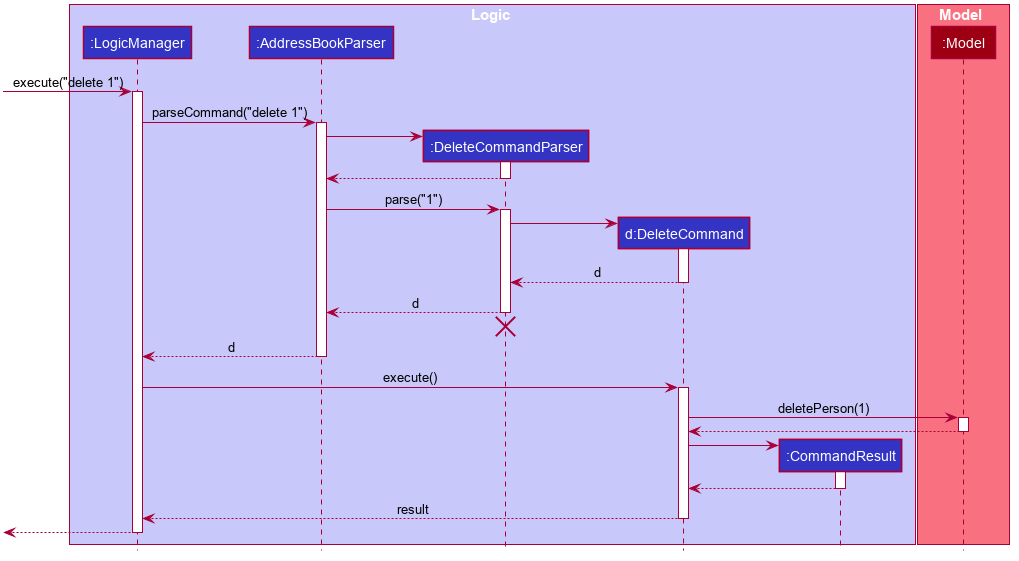
Before: docs/images/DeleteSequenceDiagram.png, a diagram exported from PlantUML (nus-cs2103-AY2223S2/tp).
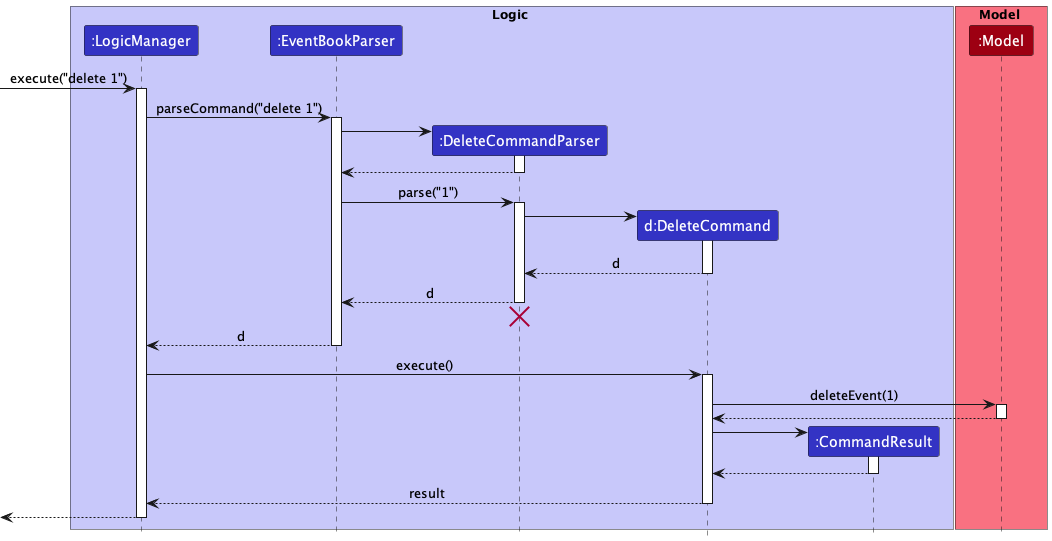
After the commit.

Diff of the diagram source:
```diff
@@ -1,79 +1,32 @@
 @startuml
+!include style.puml
 
-
-
-
-
-
-
-
-skinparam BackgroundColor #FFFFFFF
-
-skinparam Shadowing false
-
-skinparam Class {
-    FontColor #FFFFFF
-    BorderThickness 1
-    BorderColor #FFFFFF
-    StereotypeFontColor #FFFFFF
-    FontName Arial
-}
-
-skinparam Actor {
-    BorderColor #000000
-    Color #000000
-    FontName Arial
-}
-
-skinparam Sequence {
-    MessageAlign center
-    BoxFontSize 15
-    BoxPadding 0
-    BoxFontColor #FFFFFF
-    FontName Arial
-}
-
-skinparam Participant {
-    FontColor #FFFFFFF
-    Padding 20
-}
-
-skinparam MinClassWidth 50
-skinparam ParticipantPadding 10
-skinparam Shadowing false
-skinparam DefaultTextAlignment center
-skinparam packageStyle Rectangle
-
-hide footbox
-hide members
-hide circle
-
-box Logic #C8C8FA
-participant ":LogicManager" as LogicManager #3333C4
-participant ":AddressBookParser" as AddressBookParser #3333C4
-participant ":DeleteCommandParser" as DeleteCommandParser #3333C4
-participant "d:DeleteCommand" as DeleteCommand #3333C4
-participant ":CommandResult" as CommandResult #3333C4
+box Logic LOGIC_COLOR_T1
+participant ":LogicManager" as LogicManager LOGIC_COLOR
+participant ":EventBookParser" as EventBookParser LOGIC_COLOR
+participant ":DeleteCommandParser" as DeleteCommandParser LOGIC_COLOR
+participant "d:DeleteCommand" as DeleteCommand LOGIC_COLOR
+participant ":CommandResult" as CommandResult LOGIC_COLOR
 end box
 
-box Model #F97181
-participant ":Model" as Model #9D0012
+box Model MODEL_COLOR_T1
+participant ":Model" as Model MODEL_COLOR
 end box
 
 [-> LogicManager : execute("delete 1")
 activate LogicManager
 
-LogicManager -> AddressBookParser : parseCommand("delete 1")
-activate AddressBookParser
+LogicManager -> EventBookParser : parseCommand("delete 1")
+activate EventBookParser
 
 create DeleteCommandParser
-AddressBookParser -> DeleteCommandParser
+EventBookParser -> DeleteCommandParser
 activate DeleteCommandParser
 
-DeleteCommandParser --> AddressBookParser
+DeleteCommandParser --> EventBookParser
 deactivate DeleteCommandParser
 
-AddressBookParser -> DeleteCommandParser : parse("1")
+EventBookParser -> DeleteCommandParser : parse("1")
 activate DeleteCommandParser
 
 create DeleteCommand
@@ -83,18 +36,18 @@
 DeleteCommand --> DeleteCommandParser : d
 deactivate DeleteCommand
 
-DeleteCommandParser --> AddressBookParser : d
+DeleteCommandParser --> EventBookParser : d
 deactivate DeleteCommandParser
-DeleteCommandParser -[hidden]-> AddressBookParser
+DeleteCommandParser -[hidden]-> EventBookParser
 destroy DeleteCommandParser
 
-AddressBookParser --> LogicManager : d
-deactivate AddressBookParser
+EventBookParser --> LogicManager : d
+deactivate EventBookParser
 
 LogicManager -> DeleteCommand : execute()
 activate DeleteCommand
 
-DeleteCommand -> Model : deletePerson(1)
+DeleteCommand -> Model : deleteEvent(1)
 activate Model
 
 Model --> DeleteCommand
```
